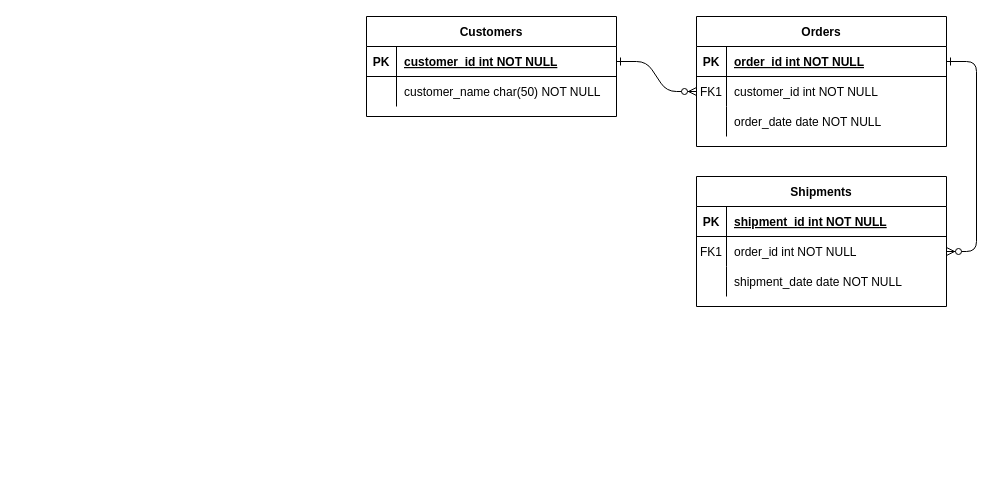
Before: UML-meldingssystem.drawio in ingridelise96/skole, a draw.io diagram. Source tidied: cells renumbered, new cells numbered last; positions are measured from the earlier drawing's top-left corner, leaving out a move shared by most shapes. Both pictures are drawn from the tidied source at 100%, with x=0, y=0 at pixel (366, 16).
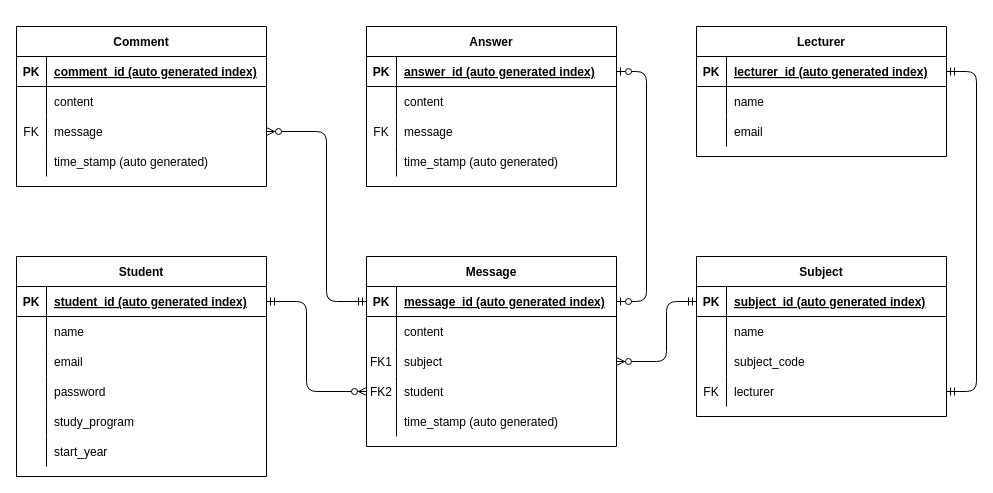
After the change.

The change refers to these unchanged cells:
```xml
<mxCell id="5" style="shape=partialRectangle;fillColor=none;points=[[0,0.5],[1,0.5]];portConstraint=eastwest;top=0;left=0;right=0;bottom=1;" parent="4" vertex="1">
  <mxGeometry y="30" width="250" height="30" as="geometry" />
</mxCell>
<mxCell id="8" style="shape=partialRectangle;fillColor=none;points=[[0,0.5],[1,0.5]];portConstraint=eastwest;top=0;left=0;right=0;bottom=0;" parent="4" vertex="1">
  <mxGeometry y="60" width="250" height="30" as="geometry" />
</mxCell>
<mxCell id="11" style="shape=partialRectangle;fillColor=none;top=0;left=0;right=0;bottom=0;" parent="4" vertex="1">
  <mxGeometry y="90" width="250" height="30" as="geometry" />
</mxCell>
<mxCell id="15" style="shape=partialRectangle;fillColor=none;points=[[0,0.5],[1,0.5]];portConstraint=eastwest;top=0;left=0;right=0;bottom=1;" parent="14" vertex="1">
  <mxGeometry y="30" width="250" height="30" as="geometry" />
</mxCell>
<mxCell id="18" style="shape=partialRectangle;fillColor=none;points=[[0,0.5],[1,0.5]];portConstraint=eastwest;top=0;left=0;right=0;bottom=0;" parent="14" vertex="1">
  <mxGeometry y="60" width="250" height="30" as="geometry" />
</mxCell>
<mxCell id="25" style="shape=partialRectangle;fillColor=none;points=[[0,0.5],[1,0.5]];portConstraint=eastwest;top=0;left=0;right=0;bottom=1;" parent="24" vertex="1">
  <mxGeometry y="30" width="250" height="30" as="geometry" />
</mxCell>
```

The edit, as a diff of the source:
```diff
@@
-    <mxCell id="2" style="edgeStyle=entityRelationEdgeStyle;endArrow=ERzeroToMany;startArrow=ERone;endFill=1;startFill=0;" parent="1" edge="1" source="25" target="8">
-      <mxGeometry relative="1" as="geometry" />
-    </mxCell>
-    <mxCell id="3" style="edgeStyle=entityRelationEdgeStyle;endArrow=ERzeroToMany;startArrow=ERone;endFill=1;startFill=0;" parent="1" edge="1" source="5" target="18">
+    <mxCell id="3" style="edgeStyle=entityRelationEdgeStyle;endArrow=ERmandOne;startArrow=ERmandOne;endFill=0;startFill=0;entryX=1;entryY=0.5;entryDx=0;entryDy=0;" parent="1" edge="1" source="5" target="21">
       <mxGeometry relative="1" as="geometry" />
     </mxCell>
-    <mxCell id="4" value="Orders" style="shape=table;startSize=30;childLayout=tableLayout;rowLines=0;fontStyle=1;align=center;" parent="1" vertex="1">
-      <mxGeometry x="330" width="250" height="130" as="geometry" />
+    <mxCell id="4" value="Lecturer" style="shape=table;startSize=30;childLayout=tableLayout;rowLines=0;fontStyle=1;align=center;" parent="1" vertex="1">
+      <mxGeometry x="330" y="10" width="250" height="130" as="geometry" />
     </mxCell>
@@
-    <mxCell id="7" value="order_id int NOT NULL " style="shape=partialRectangle;overflow=hidden;fillColor=none;top=0;left=0;bottom=0;right=0;align=left;spacingLeft=6;fontStyle=5;" parent="5" vertex="1">
+    <mxCell id="7" value="lecturer_id (auto generated index)" style="shape=partialRectangle;overflow=hidden;fillColor=none;top=0;left=0;bottom=0;right=0;align=left;spacingLeft=6;fontStyle=5;" parent="5" vertex="1">
       <mxGeometry x="30" width="220" height="30" as="geometry" />
     </mxCell>
@@
-    <mxCell id="9" value="FK1" style="shape=partialRectangle;overflow=hidden;fillColor=none;top=0;left=0;bottom=0;right=0;" parent="8" vertex="1">
+    <mxCell id="9" style="shape=partialRectangle;overflow=hidden;fillColor=none;top=0;left=0;bottom=0;right=0;" parent="8" vertex="1">
       <mxGeometry width="30" height="30" as="geometry" />
     </mxCell>
-    <mxCell id="10" value="customer_id int NOT NULL" style="shape=partialRectangle;overflow=hidden;fillColor=none;top=0;left=0;bottom=0;right=0;align=left;spacingLeft=6;" parent="8" vertex="1">
+    <mxCell id="10" value="name" style="shape=partialRectangle;overflow=hidden;fillColor=none;top=0;left=0;bottom=0;right=0;align=left;spacingLeft=6;" parent="8" vertex="1">
       <mxGeometry x="30" width="220" height="30" as="geometry" />
     </mxCell>
@@
-    <mxCell id="13" value="order_date date NOT NULL" style="shape=partialRectangle;overflow=hidden;fillColor=none;top=0;left=0;bottom=0;right=0;align=left;spacingLeft=6;" parent="11" vertex="1">
+    <mxCell id="13" value="email" style="shape=partialRectangle;overflow=hidden;fillColor=none;top=0;left=0;bottom=0;right=0;align=left;spacingLeft=6;" parent="11" vertex="1">
       <mxGeometry x="30" width="220" height="30" as="geometry" />
     </mxCell>
-    <mxCell id="14" value="Shipments" style="shape=table;startSize=30;childLayout=tableLayout;rowLines=0;fontStyle=1;align=center;" parent="1" vertex="1">
-      <mxGeometry x="330" y="160" width="250" height="130" as="geometry" />
+    <mxCell id="14" value="Subject" style="shape=table;startSize=30;childLayout=tableLayout;rowLines=0;fontStyle=1;align=center;" parent="1" vertex="1">
+      <mxGeometry x="330" y="240" width="250" height="160" as="geometry" />
     </mxCell>
@@
-    <mxCell id="17" value="shipment_id int NOT NULL " style="shape=partialRectangle;overflow=hidden;fillColor=none;top=0;left=0;bottom=0;right=0;align=left;spacingLeft=6;fontStyle=5;" parent="15" vertex="1">
+    <mxCell id="17" value="subject_id (auto generated index)" style="shape=partialRectangle;overflow=hidden;fillColor=none;top=0;left=0;bottom=0;right=0;align=left;spacingLeft=6;fontStyle=5;" parent="15" vertex="1">
       <mxGeometry x="30" width="220" height="30" as="geometry" />
     </mxCell>
@@
-    <mxCell id="19" value="FK1" style="shape=partialRectangle;overflow=hidden;fillColor=none;top=0;left=0;bottom=0;right=0;" parent="18" vertex="1">
+    <mxCell id="19" style="shape=partialRectangle;overflow=hidden;fillColor=none;top=0;left=0;bottom=0;right=0;" parent="18" vertex="1">
       <mxGeometry width="30" height="30" as="geometry" />
     </mxCell>
-    <mxCell id="20" value="order_id int NOT NULL" style="shape=partialRectangle;overflow=hidden;fillColor=none;top=0;left=0;bottom=0;right=0;align=left;spacingLeft=6;" parent="18" vertex="1">
+    <mxCell id="20" value="name" style="shape=partialRectangle;overflow=hidden;fillColor=none;top=0;left=0;bottom=0;right=0;align=left;spacingLeft=6;" parent="18" vertex="1">
       <mxGeometry x="30" width="220" height="30" as="geometry" />
     </mxCell>
+    <mxCell id="31" style="shape=partialRectangle;fillColor=none;top=0;left=0;right=0;bottom=0;" parent="14" vertex="1">
+      <mxGeometry y="90" width="250" height="30" as="geometry" />
+    </mxCell>
+    <mxCell id="32" style="shape=partialRectangle;overflow=hidden;fillColor=none;top=0;left=0;bottom=0;right=0;" parent="31" vertex="1">
+      <mxGeometry width="30" height="30" as="geometry" />
+    </mxCell>
+    <mxCell id="33" value="subject_code" style="shape=partialRectangle;overflow=hidden;fillColor=none;top=0;left=0;bottom=0;right=0;align=left;spacingLeft=6;" parent="31" vertex="1">
+      <mxGeometry x="30" width="220" height="30" as="geometry" />
+    </mxCell>
     <mxCell id="21" style="shape=partialRectangle;fillColor=none;points=[[0,0.5],[1,0.5]];portConstraint=eastwest;top=0;left=0;right=0;bottom=0;" parent="14" vertex="1">
-      <mxGeometry y="90" width="250" height="30" as="geometry" />
+      <mxGeometry y="120" width="250" height="30" as="geometry" />
     </mxCell>
-    <mxCell id="22" style="shape=partialRectangle;overflow=hidden;fillColor=none;top=0;left=0;bottom=0;right=0;" parent="21" vertex="1">
+    <mxCell id="22" value="FK" style="shape=partialRectangle;overflow=hidden;fillColor=none;top=0;left=0;bottom=0;right=0;" parent="21" vertex="1">
       <mxGeometry width="30" height="30" as="geometry" />
     </mxCell>
-    <mxCell id="23" value="shipment_date date NOT NULL" style="shape=partialRectangle;overflow=hidden;fillColor=none;top=0;left=0;bottom=0;right=0;align=left;spacingLeft=6;" parent="21" vertex="1">
+    <mxCell id="23" value="lecturer" style="shape=partialRectangle;overflow=hidden;fillColor=none;top=0;left=0;bottom=0;right=0;align=left;spacingLeft=6;" parent="21" vertex="1">
       <mxGeometry x="30" width="220" height="30" as="geometry" />
     </mxCell>
-    <mxCell id="24" value="Customers" style="shape=table;startSize=30;childLayout=tableLayout;rowLines=0;fontStyle=1;align=center;" parent="1" vertex="1">
-      <mxGeometry width="250" height="100" as="geometry" />
+    <mxCell id="24" value="Student" style="shape=table;startSize=30;childLayout=tableLayout;rowLines=0;fontStyle=1;align=center;" parent="1" vertex="1">
+      <mxGeometry x="-350" y="240" width="250" height="220" as="geometry" />
     </mxCell>
@@
-    <mxCell id="27" value="customer_id int NOT NULL " style="shape=partialRectangle;overflow=hidden;fillColor=none;top=0;left=0;bottom=0;right=0;align=left;spacingLeft=6;fontStyle=5;" parent="25" vertex="1">
+    <mxCell id="27" value="student_id (auto generated index)" style="shape=partialRectangle;overflow=hidden;fillColor=none;top=0;left=0;bottom=0;right=0;align=left;spacingLeft=6;fontStyle=5;" parent="25" vertex="1">
       <mxGeometry x="30" width="220" height="30" as="geometry" />
     </mxCell>
+    <mxCell id="34" style="shape=partialRectangle;fillColor=none;top=0;left=0;right=0;bottom=0;" parent="24" vertex="1">
+      <mxGeometry y="60" width="250" height="30" as="geometry" />
+    </mxCell>
+    <mxCell id="35" style="shape=partialRectangle;overflow=hidden;fillColor=none;top=0;left=0;bottom=0;right=0;" parent="34" vertex="1">
+      <mxGeometry width="30" height="30" as="geometry" />
+    </mxCell>
+    <mxCell id="36" value="name" style="shape=partialRectangle;overflow=hidden;fillColor=none;top=0;left=0;bottom=0;right=0;align=left;spacingLeft=6;" parent="34" vertex="1">
+      <mxGeometry x="30" width="220" height="30" as="geometry" />
+    </mxCell>
+    <mxCell id="37" style="shape=partialRectangle;fillColor=none;top=0;left=0;right=0;bottom=0;" parent="24" vertex="1">
+      <mxGeometry y="90" width="250" height="30" as="geometry" />
+    </mxCell>
+    <mxCell id="38" style="shape=partialRectangle;overflow=hidden;fillColor=none;top=0;left=0;bottom=0;right=0;" parent="37" vertex="1">
+      <mxGeometry width="30" height="30" as="geometry" />
+    </mxCell>
+    <mxCell id="39" value="email" style="shape=partialRectangle;overflow=hidden;fillColor=none;top=0;left=0;bottom=0;right=0;align=left;spacingLeft=6;" parent="37" vertex="1">
+      <mxGeometry x="30" width="220" height="30" as="geometry" />
+    </mxCell>
+    <mxCell id="40" style="shape=partialRectangle;fillColor=none;top=0;left=0;right=0;bottom=0;" parent="24" vertex="1">
+      <mxGeometry y="120" width="250" height="30" as="geometry" />
+    </mxCell>
+    <mxCell id="41" style="shape=partialRectangle;overflow=hidden;fillColor=none;top=0;left=0;bottom=0;right=0;" parent="40" vertex="1">
+      <mxGeometry width="30" height="30" as="geometry" />
+    </mxCell>
+    <mxCell id="42" value="password" style="shape=partialRectangle;overflow=hidden;fillColor=none;top=0;left=0;bottom=0;right=0;align=left;spacingLeft=6;" parent="40" vertex="1">
+      <mxGeometry x="30" width="220" height="30" as="geometry" />
+    </mxCell>
+    <mxCell id="43" style="shape=partialRectangle;fillColor=none;top=0;left=0;right=0;bottom=0;" parent="24" vertex="1">
+      <mxGeometry y="150" width="250" height="30" as="geometry" />
+    </mxCell>
+    <mxCell id="44" style="shape=partialRectangle;overflow=hidden;fillColor=none;top=0;left=0;bottom=0;right=0;" parent="43" vertex="1">
+      <mxGeometry width="30" height="30" as="geometry" />
+    </mxCell>
+    <mxCell id="45" value="study_program" style="shape=partialRectangle;overflow=hidden;fillColor=none;top=0;left=0;bottom=0;right=0;align=left;spacingLeft=6;" parent="43" vertex="1">
+      <mxGeometry x="30" width="220" height="30" as="geometry" />
+    </mxCell>
     <mxCell id="28" style="shape=partialRectangle;fillColor=none;top=0;left=0;right=0;bottom=0;" parent="24" vertex="1">
-      <mxGeometry y="60" width="250" height="30" as="geometry" />
+      <mxGeometry y="180" width="250" height="30" as="geometry" />
     </mxCell>
@@
-    <mxCell id="30" value="customer_name char(50) NOT NULL" style="shape=partialRectangle;overflow=hidden;fillColor=none;top=0;left=0;bottom=0;right=0;align=left;spacingLeft=6;" parent="28" vertex="1">
+    <mxCell id="30" value="start_year" style="shape=partialRectangle;overflow=hidden;fillColor=none;top=0;left=0;bottom=0;right=0;align=left;spacingLeft=6;" parent="28" vertex="1">
       <mxGeometry x="30" width="220" height="30" as="geometry" />
     </mxCell>
+    <mxCell id="46" value="Message" style="shape=table;startSize=30;childLayout=tableLayout;rowLines=0;fontStyle=1;align=center;" parent="1" vertex="1">
+      <mxGeometry y="240" width="250" height="190" as="geometry" />
+    </mxCell>
+    <mxCell id="47" style="shape=partialRectangle;fillColor=none;points=[[0,0.5],[1,0.5]];portConstraint=eastwest;top=0;left=0;right=0;bottom=1;" parent="46" vertex="1">
+      <mxGeometry y="30" width="250" height="30" as="geometry" />
+    </mxCell>
+    <mxCell id="48" value="PK" style="shape=partialRectangle;overflow=hidden;fillColor=none;top=0;left=0;bottom=0;right=0;fontStyle=1;" parent="47" vertex="1">
+      <mxGeometry width="30" height="30" as="geometry" />
+    </mxCell>
+    <mxCell id="49" value="message_id (auto generated index)" style="shape=partialRectangle;overflow=hidden;fillColor=none;top=0;left=0;bottom=0;right=0;align=left;spacingLeft=6;fontStyle=5;" parent="47" vertex="1">
+      <mxGeometry x="30" width="220" height="30" as="geometry" />
+    </mxCell>
+    <mxCell id="50" style="shape=partialRectangle;fillColor=none;top=0;left=0;right=0;bottom=0;" parent="46" vertex="1">
+      <mxGeometry y="60" width="250" height="30" as="geometry" />
+    </mxCell>
+    <mxCell id="51" style="shape=partialRectangle;overflow=hidden;fillColor=none;top=0;left=0;bottom=0;right=0;" parent="50" vertex="1">
+      <mxGeometry width="30" height="30" as="geometry" />
+    </mxCell>
+    <mxCell id="52" value="content" style="shape=partialRectangle;overflow=hidden;fillColor=none;top=0;left=0;bottom=0;right=0;align=left;spacingLeft=6;" parent="50" vertex="1">
+      <mxGeometry x="30" width="220" height="30" as="geometry" />
+    </mxCell>
+    <mxCell id="53" style="shape=partialRectangle;fillColor=none;points=[[0,0.5],[1,0.5]];portConstraint=eastwest;top=0;left=0;right=0;bottom=0;" parent="46" vertex="1">
+      <mxGeometry y="90" width="250" height="30" as="geometry" />
+    </mxCell>
+    <mxCell id="54" value="FK1" style="shape=partialRectangle;overflow=hidden;fillColor=none;top=0;left=0;bottom=0;right=0;" parent="53" vertex="1">
+      <mxGeometry width="30" height="30" as="geometry" />
+    </mxCell>
+    <mxCell id="55" value="subject" style="shape=partialRectangle;overflow=hidden;fillColor=none;top=0;left=0;bottom=0;right=0;align=left;spacingLeft=6;" parent="53" vertex="1">
+      <mxGeometry x="30" width="220" height="30" as="geometry" />
+    </mxCell>
+    <mxCell id="56" style="shape=partialRectangle;fillColor=none;points=[[0,0.5],[1,0.5]];portConstraint=eastwest;top=0;left=0;right=0;bottom=0;" parent="46" vertex="1">
+      <mxGeometry y="120" width="250" height="30" as="geometry" />
+    </mxCell>
+    <mxCell id="57" value="FK2" style="shape=partialRectangle;overflow=hidden;fillColor=none;top=0;left=0;bottom=0;right=0;" parent="56" vertex="1">
+      <mxGeometry width="30" height="30" as="geometry" />
+    </mxCell>
+    <mxCell id="58" value="student" style="shape=partialRectangle;overflow=hidden;fillColor=none;top=0;left=0;bottom=0;right=0;align=left;spacingLeft=6;" parent="56" vertex="1">
+      <mxGeometry x="30" width="220" height="30" as="geometry" />
+    </mxCell>
+    <mxCell id="59" style="shape=partialRectangle;fillColor=none;top=0;left=0;right=0;bottom=0;" parent="46" vertex="1">
+      <mxGeometry y="150" width="250" height="30" as="geometry" />
+    </mxCell>
+    <mxCell id="60" style="shape=partialRectangle;overflow=hidden;fillColor=none;top=0;left=0;bottom=0;right=0;" parent="59" vertex="1">
+      <mxGeometry width="30" height="30" as="geometry" />
+    </mxCell>
+    <mxCell id="61" value="time_stamp (auto generated)" style="shape=partialRectangle;overflow=hidden;fillColor=none;top=0;left=0;bottom=0;right=0;align=left;spacingLeft=6;" parent="59" vertex="1">
+      <mxGeometry x="30" width="220" height="30" as="geometry" />
+    </mxCell>
+    <mxCell id="62" style="edgeStyle=orthogonalEdgeStyle;rounded=1;jettySize=auto;html=1;exitX=0;exitY=0.5;exitDx=0;exitDy=0;entryX=1;entryY=0.5;entryDx=0;entryDy=0;startArrow=ERmandOne;startFill=0;endArrow=ERzeroToMany;endFill=1;" parent="1" edge="1" source="15" target="53">
+      <mxGeometry relative="1" as="geometry">
+        <Array as="points">
+          <mxPoint x="300" y="285" />
+          <mxPoint x="300" y="345" />
+        </Array>
+      </mxGeometry>
+    </mxCell>
+    <mxCell id="63" style="edgeStyle=orthogonalEdgeStyle;rounded=1;jettySize=auto;html=1;exitX=1;exitY=0.5;exitDx=0;exitDy=0;entryX=0;entryY=0.5;entryDx=0;entryDy=0;startArrow=ERmandOne;startFill=0;endArrow=ERzeroToMany;endFill=1;" parent="1" edge="1" source="25" target="56">
+      <mxGeometry relative="1" as="geometry">
+        <Array as="points">
+          <mxPoint x="-60" y="285" />
+          <mxPoint x="-60" y="375" />
+        </Array>
+      </mxGeometry>
+    </mxCell>
+    <mxCell id="64" value="Comment" style="shape=table;startSize=30;childLayout=tableLayout;rowLines=0;fontStyle=1;align=center;" parent="1" vertex="1">
+      <mxGeometry x="-350" y="10" width="250" height="160" as="geometry" />
+    </mxCell>
+    <mxCell id="65" style="shape=partialRectangle;fillColor=none;top=0;left=0;right=0;bottom=1;" parent="64" vertex="1">
+      <mxGeometry y="30" width="250" height="30" as="geometry" />
+    </mxCell>
+    <mxCell id="66" value="PK" style="shape=partialRectangle;overflow=hidden;fillColor=none;top=0;left=0;bottom=0;right=0;fontStyle=1;" parent="65" vertex="1">
+      <mxGeometry width="30" height="30" as="geometry" />
+    </mxCell>
+    <mxCell id="67" value="comment_id (auto generated index)" style="shape=partialRectangle;overflow=hidden;fillColor=none;top=0;left=0;bottom=0;right=0;align=left;spacingLeft=6;fontStyle=5;" parent="65" vertex="1">
+      <mxGeometry x="30" width="220" height="30" as="geometry" />
+    </mxCell>
+    <mxCell id="68" style="shape=partialRectangle;fillColor=none;top=0;left=0;right=0;bottom=0;" parent="64" vertex="1">
+      <mxGeometry y="60" width="250" height="30" as="geometry" />
+    </mxCell>
+    <mxCell id="69" style="shape=partialRectangle;overflow=hidden;fillColor=none;top=0;left=0;bottom=0;right=0;" parent="68" vertex="1">
+      <mxGeometry width="30" height="30" as="geometry" />
+    </mxCell>
+    <mxCell id="70" value="content" style="shape=partialRectangle;overflow=hidden;fillColor=none;top=0;left=0;bottom=0;right=0;align=left;spacingLeft=6;" parent="68" vertex="1">
+      <mxGeometry x="30" width="220" height="30" as="geometry" />
+    </mxCell>
+    <mxCell id="71" style="shape=partialRectangle;fillColor=none;points=[[0,0.5],[1,0.5]];portConstraint=eastwest;top=0;left=0;right=0;bottom=0;" parent="64" vertex="1">
+      <mxGeometry y="90" width="250" height="30" as="geometry" />
+    </mxCell>
+    <mxCell id="72" value="FK" style="shape=partialRectangle;overflow=hidden;fillColor=none;top=0;left=0;bottom=0;right=0;" parent="71" vertex="1">
+      <mxGeometry width="30" height="30" as="geometry" />
+    </mxCell>
+    <mxCell id="73" value="message" style="shape=partialRectangle;overflow=hidden;fillColor=none;top=0;left=0;bottom=0;right=0;align=left;spacingLeft=6;" parent="71" vertex="1">
+      <mxGeometry x="30" width="220" height="30" as="geometry" />
+    </mxCell>
+    <mxCell id="74" style="shape=partialRectangle;fillColor=none;top=0;left=0;right=0;bottom=0;" parent="64" vertex="1">
+      <mxGeometry y="120" width="250" height="30" as="geometry" />
+    </mxCell>
+    <mxCell id="75" style="shape=partialRectangle;overflow=hidden;fillColor=none;top=0;left=0;bottom=0;right=0;" parent="74" vertex="1">
+      <mxGeometry width="30" height="30" as="geometry" />
+    </mxCell>
+    <mxCell id="76" value="time_stamp (auto generated)" style="shape=partialRectangle;overflow=hidden;fillColor=none;top=0;left=0;bottom=0;right=0;align=left;spacingLeft=6;" parent="74" vertex="1">
+      <mxGeometry x="30" width="220" height="30" as="geometry" />
+    </mxCell>
+    <mxCell id="77" value="Answer" style="shape=table;startSize=30;childLayout=tableLayout;rowLines=0;fontStyle=1;align=center;" parent="1" vertex="1">
+      <mxGeometry y="10" width="250" height="160" as="geometry" />
+    </mxCell>
+    <mxCell id="78" style="shape=partialRectangle;fillColor=none;points=[[0,0.5],[1,0.5]];portConstraint=eastwest;top=0;left=0;right=0;bottom=1;" parent="77" vertex="1">
+      <mxGeometry y="30" width="250" height="30" as="geometry" />
+    </mxCell>
+    <mxCell id="79" value="PK" style="shape=partialRectangle;overflow=hidden;fillColor=none;top=0;left=0;bottom=0;right=0;fontStyle=1;" parent="78" vertex="1">
+      <mxGeometry width="30" height="30" as="geometry" />
+    </mxCell>
+    <mxCell id="80" value="answer_id (auto generated index)" style="shape=partialRectangle;overflow=hidden;fillColor=none;top=0;left=0;bottom=0;right=0;align=left;spacingLeft=6;fontStyle=5;" parent="78" vertex="1">
+      <mxGeometry x="30" width="220" height="30" as="geometry" />
+    </mxCell>
+    <mxCell id="81" style="shape=partialRectangle;fillColor=none;top=0;left=0;right=0;bottom=0;" parent="77" vertex="1">
+      <mxGeometry y="60" width="250" height="30" as="geometry" />
+    </mxCell>
+    <mxCell id="82" style="shape=partialRectangle;overflow=hidden;fillColor=none;top=0;left=0;bottom=0;right=0;" parent="81" vertex="1">
+      <mxGeometry width="30" height="30" as="geometry" />
+    </mxCell>
+    <mxCell id="83" value="content" style="shape=partialRectangle;overflow=hidden;fillColor=none;top=0;left=0;bottom=0;right=0;align=left;spacingLeft=6;" parent="81" vertex="1">
+      <mxGeometry x="30" width="220" height="30" as="geometry" />
+    </mxCell>
+    <mxCell id="84" style="shape=partialRectangle;fillColor=none;top=0;left=0;right=0;bottom=0;" parent="77" vertex="1">
+      <mxGeometry y="90" width="250" height="30" as="geometry" />
+    </mxCell>
+    <mxCell id="85" value="FK" style="shape=partialRectangle;overflow=hidden;fillColor=none;top=0;left=0;bottom=0;right=0;" parent="84" vertex="1">
+      <mxGeometry width="30" height="30" as="geometry" />
+    </mxCell>
+    <mxCell id="86" value="message" style="shape=partialRectangle;overflow=hidden;fillColor=none;top=0;left=0;bottom=0;right=0;align=left;spacingLeft=6;" parent="84" vertex="1">
+      <mxGeometry x="30" width="220" height="30" as="geometry" />
+    </mxCell>
+    <mxCell id="87" style="shape=partialRectangle;fillColor=none;top=0;left=0;right=0;bottom=0;" parent="77" vertex="1">
+      <mxGeometry y="120" width="250" height="30" as="geometry" />
+    </mxCell>
+    <mxCell id="88" style="shape=partialRectangle;overflow=hidden;fillColor=none;top=0;left=0;bottom=0;right=0;" parent="87" vertex="1">
+      <mxGeometry width="30" height="30" as="geometry" />
+    </mxCell>
+    <mxCell id="89" value="time_stamp (auto generated)" style="shape=partialRectangle;overflow=hidden;fillColor=none;top=0;left=0;bottom=0;right=0;align=left;spacingLeft=6;" parent="87" vertex="1">
+      <mxGeometry x="30" width="220" height="30" as="geometry" />
+    </mxCell>
+    <mxCell id="90" style="edgeStyle=orthogonalEdgeStyle;rounded=1;jettySize=auto;html=1;exitX=1;exitY=0.5;exitDx=0;exitDy=0;entryX=1;entryY=0.5;entryDx=0;entryDy=0;startArrow=ERzeroToOne;startFill=1;endArrow=ERzeroToOne;endFill=1;" parent="1" edge="1" source="47" target="78">
+      <mxGeometry relative="1" as="geometry">
+        <Array as="points">
+          <mxPoint x="280" y="285" />
+          <mxPoint x="280" y="55" />
+        </Array>
+      </mxGeometry>
+    </mxCell>
+    <mxCell id="91" style="edgeStyle=orthogonalEdgeStyle;rounded=1;jettySize=auto;html=1;exitX=0;exitY=0.5;exitDx=0;exitDy=0;entryX=1;entryY=0.5;entryDx=0;entryDy=0;startArrow=ERmandOne;startFill=0;endArrow=ERzeroToMany;endFill=1;" parent="1" edge="1" source="47" target="71">
+      <mxGeometry relative="1" as="geometry">
+        <Array as="points">
+          <mxPoint x="-40" y="285" />
+          <mxPoint x="-40" y="115" />
+        </Array>
+      </mxGeometry>
+    </mxCell>
```
